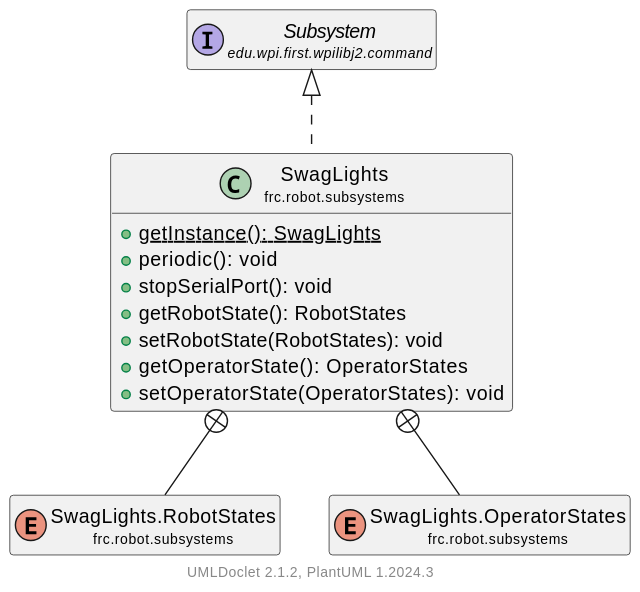
Earlier version of the PlantUML export docs/uml/frc/robot/subsystems/SwagLights.svg (LakotaRobotics1038/2026RobotProject).
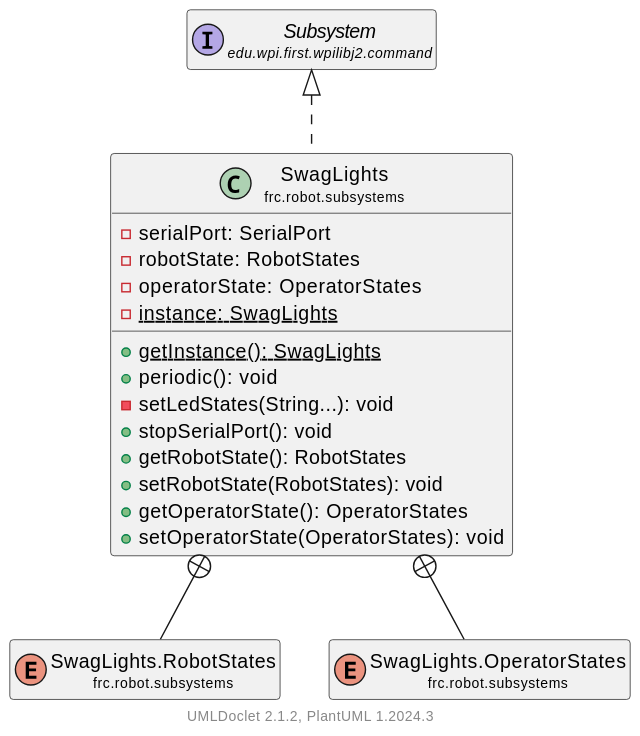
The same file after the commit.

Diff of the diagram source:
```diff
@@ -4,8 +4,13 @@
     hide empty methods
 
     class "<size:14>SwagLights\n<size:10>frc.robot.subsystems" as frc.robot.subsystems.SwagLights [[SwagLights.html]] {
+        -serialPort: SerialPort
+        -robotState: RobotStates
+        -operatorState: OperatorStates
+        {static} -instance: SwagLights
         {static} +getInstance(): SwagLights
         +periodic(): void
+        -setLedStates(String...): void
         +stopSerialPort(): void
         +getRobotState(): RobotStates
         +setRobotState(RobotStates): void
```
